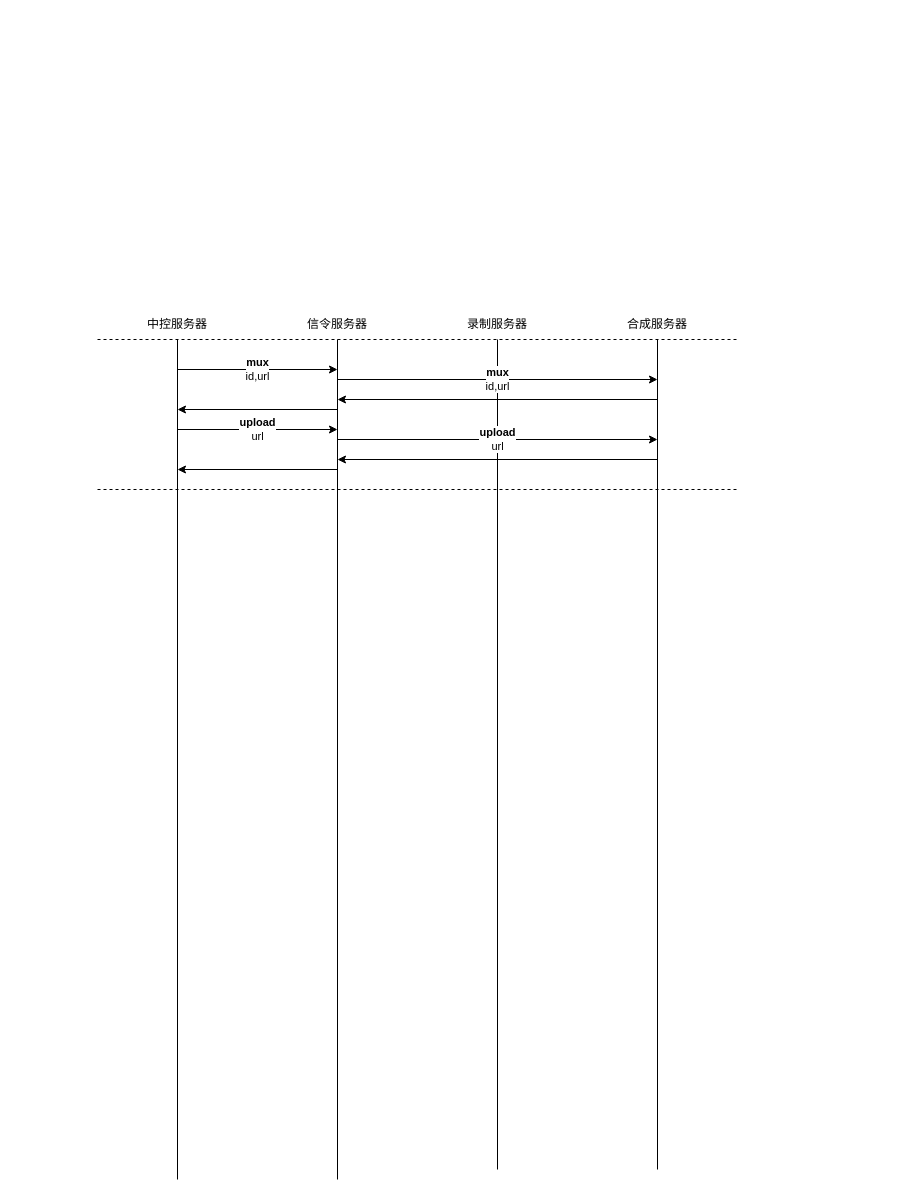
Above: page "Page-2" (2 of 2) of Diagram3.drawio in craterone/imgs (draw.io), before the change. Source tidied: cells renumbered, new cells numbered last; positions are measured from the earlier drawing's top-left corner, leaving out a move shared by most shapes. Both pictures are drawn from the tidied source at 100%, with x=0, y=0 at pixel (97, 309).
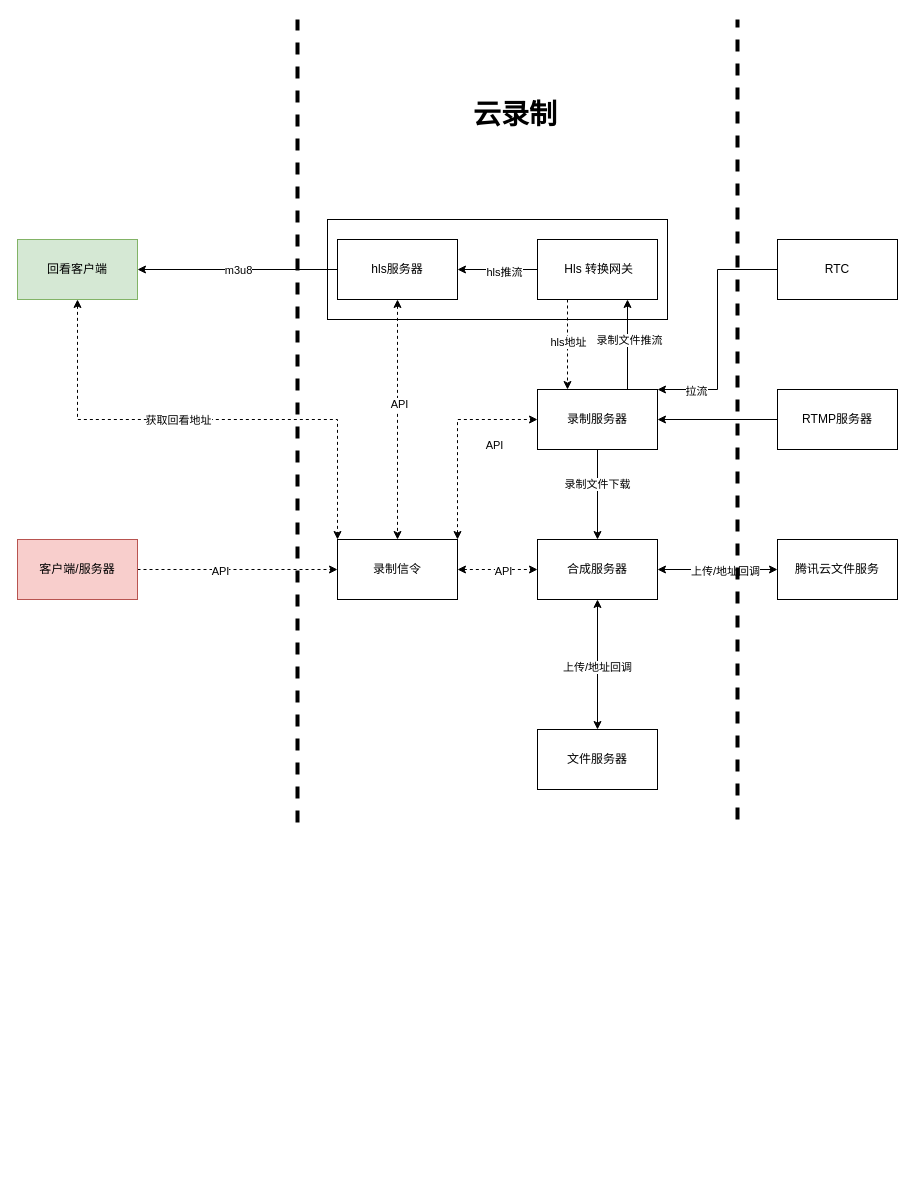
The same diagram, later.

The edit, as a diff of the source:
```diff
@@
-    <mxCell id="2" style="endArrow=none;html=1;rounded=0;startArrow=none;" parent="1" edge="1" source="3">
-      <mxGeometry relative="1" as="geometry">
-        <mxPoint x="80" y="30" as="targetPoint" />
-      </mxGeometry>
-    </mxCell>
-    <mxCell id="3" value="中控服务器" style="text;html=1;strokeColor=none;fillColor=none;align=center;verticalAlign=middle;whiteSpace=wrap;rounded=0;" parent="1" vertex="1">
-      <mxGeometry x="40" width="80" height="30" as="geometry" />
-    </mxCell>
-    <mxCell id="4" style="endArrow=none;html=1;rounded=0;" parent="1" edge="1" target="3">
-      <mxGeometry relative="1" as="geometry">
-        <mxPoint x="80" y="870" as="sourcePoint" />
-      </mxGeometry>
-    </mxCell>
-    <mxCell id="5" style="endArrow=none;html=1;rounded=0;" parent="1" edge="1">
-      <mxGeometry relative="1" as="geometry">
-        <mxPoint x="240" y="870" as="sourcePoint" />
-        <mxPoint x="240" y="30" as="targetPoint" />
-      </mxGeometry>
-    </mxCell>
-    <mxCell id="6" value="信令服务器" style="text;html=1;strokeColor=none;fillColor=none;align=center;verticalAlign=middle;whiteSpace=wrap;rounded=0;" parent="1" vertex="1">
-      <mxGeometry x="200" width="80" height="30" as="geometry" />
-    </mxCell>
-    <mxCell id="7" style="endArrow=none;html=1;rounded=0;" parent="1" edge="1">
-      <mxGeometry relative="1" as="geometry">
-        <mxPoint x="400" y="860" as="sourcePoint" />
-        <mxPoint x="400" y="30" as="targetPoint" />
-      </mxGeometry>
-    </mxCell>
+    <mxCell id="21" style="rounded=0;whiteSpace=wrap;html=1;" parent="1" vertex="1">
+      <mxGeometry x="230" y="-90" width="340" height="100" as="geometry" />
+    </mxCell>
+    <mxCell id="22" style="edgeStyle=orthogonalEdgeStyle;rounded=0;jettySize=auto;html=1;entryX=0;entryY=0.5;entryDx=0;entryDy=0;dashed=1;" parent="1" edge="1" source="24" target="29">
+      <mxGeometry relative="1" as="geometry" />
+    </mxCell>
+    <mxCell id="23" value="API" style="edgeLabel;html=1;align=center;verticalAlign=middle;" parent="22" vertex="1">
+      <mxGeometry x="-0.18" y="-1" relative="1" as="geometry" />
+    </mxCell>
+    <mxCell id="24" value="客户端/服务器" style="rounded=0;whiteSpace=wrap;html=1;fillColor=#f8cecc;strokeColor=#b85450;" parent="1" vertex="1">
+      <mxGeometry x="-80" y="230" width="120" height="60" as="geometry" />
+    </mxCell>
+    <mxCell id="25" style="edgeStyle=orthogonalEdgeStyle;rounded=0;jettySize=auto;html=1;entryX=0;entryY=0.5;entryDx=0;entryDy=0;startArrow=classic;startFill=1;strokeWidth=1;dashed=1;exitX=1;exitY=0;exitDx=0;exitDy=0;" parent="1" edge="1" source="29" target="8">
+      <mxGeometry relative="1" as="geometry" />
+    </mxCell>
+    <mxCell id="26" value="API" style="edgeLabel;html=1;align=center;verticalAlign=middle;" parent="25" vertex="1">
+      <mxGeometry x="-0.05" relative="1" as="geometry">
+        <mxPoint x="36" as="offset" />
+      </mxGeometry>
+    </mxCell>
+    <mxCell id="27" style="edgeStyle=orthogonalEdgeStyle;rounded=0;jettySize=auto;html=1;entryX=0;entryY=0.5;entryDx=0;entryDy=0;dashed=1;startArrow=classic;startFill=1;" parent="1" edge="1" source="29" target="10">
+      <mxGeometry relative="1" as="geometry" />
+    </mxCell>
+    <mxCell id="28" value="API" style="edgeLabel;html=1;align=center;verticalAlign=middle;" parent="27" vertex="1">
+      <mxGeometry x="0.12" y="-1" relative="1" as="geometry" />
+    </mxCell>
+    <mxCell id="29" value="录制信令" style="rounded=0;whiteSpace=wrap;html=1;" parent="1" vertex="1">
+      <mxGeometry x="240" y="230" width="120" height="60" as="geometry" />
+    </mxCell>
+    <mxCell id="30" style="endArrow=none;dashed=1;html=1;rounded=0;strokeWidth=4;" parent="1" edge="1">
+      <mxGeometry relative="1" as="geometry">
+        <mxPoint x="200" y="513" as="sourcePoint" />
+        <mxPoint x="200" y="-290" as="targetPoint" />
+      </mxGeometry>
+    </mxCell>
+    <mxCell id="31" style="edgeStyle=orthogonalEdgeStyle;rounded=0;jettySize=auto;html=1;startArrow=none;startFill=0;" parent="1" edge="1" source="8" target="10">
+      <mxGeometry relative="1" as="geometry" />
+    </mxCell>
+    <mxCell id="32" value="录制文件下载" style="edgeLabel;html=1;align=center;verticalAlign=middle;" parent="31" vertex="1">
+      <mxGeometry x="-0.24" y="-1" relative="1" as="geometry" />
+    </mxCell>
+    <mxCell id="33" style="edgeStyle=orthogonalEdgeStyle;rounded=0;jettySize=auto;html=1;entryX=0.75;entryY=1;entryDx=0;entryDy=0;startArrow=none;startFill=0;endArrow=classic;endFill=1;exitX=0.75;exitY=0;exitDx=0;exitDy=0;" parent="1" edge="1" source="8" target="43">
+      <mxGeometry relative="1" as="geometry" />
+    </mxCell>
+    <mxCell id="34" value="录制文件推流" style="edgeLabel;html=1;align=center;verticalAlign=middle;" parent="33" vertex="1">
+      <mxGeometry x="0.1" y="-1" relative="1" as="geometry" />
+    </mxCell>
-    <mxCell id="8" value="录制服务器" style="text;html=1;strokeColor=none;fillColor=none;align=center;verticalAlign=middle;whiteSpace=wrap;rounded=0;" parent="1" vertex="1">
-      <mxGeometry x="360" width="80" height="30" as="geometry" />
+    <mxCell id="8" value="录制服务器" style="rounded=0;whiteSpace=wrap;html=1;" parent="1" vertex="1">
+      <mxGeometry x="440" y="80" width="120" height="60" as="geometry" />
     </mxCell>
-    <mxCell id="9" style="endArrow=none;html=1;rounded=0;" parent="1" edge="1">
-      <mxGeometry relative="1" as="geometry">
-        <mxPoint x="560" y="860" as="sourcePoint" />
-        <mxPoint x="560" y="30" as="targetPoint" />
-      </mxGeometry>
-    </mxCell>
+    <mxCell id="35" style="edgeStyle=orthogonalEdgeStyle;rounded=0;jettySize=auto;html=1;entryX=0.5;entryY=0;entryDx=0;entryDy=0;startArrow=classic;startFill=1;endArrow=classic;endFill=1;" parent="1" edge="1" source="10" target="53">
+      <mxGeometry relative="1" as="geometry" />
+    </mxCell>
+    <mxCell id="36" value="上传/地址回调" style="edgeLabel;html=1;align=center;verticalAlign=middle;" parent="35" vertex="1">
+      <mxGeometry x="0.03" y="-1" relative="1" as="geometry" />
+    </mxCell>
+    <mxCell id="37" style="edgeStyle=orthogonalEdgeStyle;rounded=0;jettySize=auto;html=1;startArrow=classic;startFill=1;endArrow=classic;endFill=1;" parent="1" edge="1" source="10" target="54">
+      <mxGeometry relative="1" as="geometry" />
+    </mxCell>
+    <mxCell id="38" value="上传/地址回调" style="edgeLabel;html=1;align=center;verticalAlign=middle;" parent="37" vertex="1">
+      <mxGeometry x="0.12" y="-1" relative="1" as="geometry" />
+    </mxCell>
-    <mxCell id="10" value="合成服务器" style="text;html=1;strokeColor=none;fillColor=none;align=center;verticalAlign=middle;whiteSpace=wrap;rounded=0;" parent="1" vertex="1">
-      <mxGeometry x="520" width="80" height="30" as="geometry" />
+    <mxCell id="10" value="合成服务器" style="rounded=0;whiteSpace=wrap;html=1;" parent="1" vertex="1">
+      <mxGeometry x="440" y="230" width="120" height="60" as="geometry" />
     </mxCell>
-    <mxCell id="11" style="endArrow=none;dashed=1;html=1;rounded=0;" parent="1" edge="1">
-      <mxGeometry relative="1" as="geometry">
-        <mxPoint y="30" as="sourcePoint" />
-        <mxPoint x="640" y="30" as="targetPoint" />
-      </mxGeometry>
-    </mxCell>
-    <mxCell id="12" style="endArrow=none;dashed=1;html=1;rounded=0;" parent="1" edge="1">
-      <mxGeometry relative="1" as="geometry">
-        <mxPoint y="180" as="sourcePoint" />
-        <mxPoint x="640" y="180" as="targetPoint" />
-      </mxGeometry>
-    </mxCell>
-    <mxCell id="13" value="&lt;b&gt;mux&lt;/b&gt;&lt;br&gt;id,url" style="endArrow=classic;html=1;rounded=0;" parent="1" edge="1">
-      <mxGeometry relative="1" as="geometry">
-        <mxPoint x="80" y="60" as="sourcePoint" />
-        <mxPoint x="240" y="60" as="targetPoint" />
-      </mxGeometry>
-    </mxCell>
-    <mxCell id="14" value="&lt;b&gt;mux&lt;/b&gt;&lt;br&gt;id,url" style="endArrow=classic;html=1;rounded=0;" parent="1" edge="1">
-      <mxGeometry relative="1" as="geometry">
-        <mxPoint x="240" y="70" as="sourcePoint" />
-        <mxPoint x="560" y="70" as="targetPoint" />
-      </mxGeometry>
-    </mxCell>
-    <mxCell id="15" style="endArrow=classic;html=1;rounded=0;" parent="1" edge="1">
-      <mxGeometry relative="1" as="geometry">
-        <mxPoint x="560" y="90" as="sourcePoint" />
-        <mxPoint x="240" y="90" as="targetPoint" />
-      </mxGeometry>
-    </mxCell>
-    <mxCell id="16" style="endArrow=classic;html=1;rounded=0;" parent="1" edge="1">
-      <mxGeometry relative="1" as="geometry">
-        <mxPoint x="240" y="100" as="sourcePoint" />
-        <mxPoint x="80" y="100" as="targetPoint" />
-      </mxGeometry>
-    </mxCell>
-    <mxCell id="17" value="&lt;b&gt;upload&lt;/b&gt;&lt;br&gt;url" style="endArrow=classic;html=1;rounded=0;" parent="1" edge="1">
-      <mxGeometry relative="1" as="geometry">
-        <mxPoint x="80" y="120" as="sourcePoint" />
-        <mxPoint x="240" y="120" as="targetPoint" />
-      </mxGeometry>
-    </mxCell>
-    <mxCell id="18" value="&lt;b&gt;upload&lt;/b&gt;&lt;br&gt;url" style="endArrow=classic;html=1;rounded=0;" parent="1" edge="1">
-      <mxGeometry relative="1" as="geometry">
-        <mxPoint x="240" y="130" as="sourcePoint" />
-        <mxPoint x="560" y="130" as="targetPoint" />
-      </mxGeometry>
-    </mxCell>
-    <mxCell id="19" style="endArrow=classic;html=1;rounded=0;" parent="1" edge="1">
-      <mxGeometry relative="1" as="geometry">
-        <mxPoint x="560" y="150" as="sourcePoint" />
-        <mxPoint x="240" y="150" as="targetPoint" />
-      </mxGeometry>
-    </mxCell>
-    <mxCell id="20" style="endArrow=classic;html=1;rounded=0;" parent="1" edge="1">
-      <mxGeometry relative="1" as="geometry">
-        <mxPoint x="240" y="160" as="sourcePoint" />
-        <mxPoint x="80" y="160" as="targetPoint" />
-      </mxGeometry>
-    </mxCell>
+    <mxCell id="39" style="edgeStyle=orthogonalEdgeStyle;rounded=0;jettySize=auto;html=1;entryX=1;entryY=0.5;entryDx=0;entryDy=0;startArrow=none;startFill=0;endArrow=classic;endFill=1;" parent="1" edge="1" source="43" target="50">
+      <mxGeometry relative="1" as="geometry" />
+    </mxCell>
+    <mxCell id="40" value="hls推流" style="edgeLabel;html=1;align=center;verticalAlign=middle;" parent="39" vertex="1">
+      <mxGeometry x="-0.15" y="2" relative="1" as="geometry" />
+    </mxCell>
+    <mxCell id="41" style="edgeStyle=orthogonalEdgeStyle;rounded=0;jettySize=auto;html=1;exitX=0.25;exitY=1;exitDx=0;exitDy=0;entryX=0.25;entryY=0;entryDx=0;entryDy=0;startArrow=none;startFill=0;endArrow=classic;endFill=1;dashed=1;" parent="1" edge="1" source="43" target="8">
+      <mxGeometry relative="1" as="geometry" />
+    </mxCell>
+    <mxCell id="42" value="hls地址" style="edgeLabel;html=1;align=center;verticalAlign=middle;" parent="41" vertex="1">
+      <mxGeometry x="-0.07" relative="1" as="geometry" />
+    </mxCell>
+    <mxCell id="43" value="&amp;nbsp;Hls 转换网关" style="rounded=0;whiteSpace=wrap;html=1;" parent="1" vertex="1">
+      <mxGeometry x="440" y="-70" width="120" height="60" as="geometry" />
+    </mxCell>
+    <mxCell id="44" style="edgeStyle=orthogonalEdgeStyle;rounded=0;jettySize=auto;html=1;exitX=0.5;exitY=1;exitDx=0;exitDy=0;entryX=0.5;entryY=0;entryDx=0;entryDy=0;startArrow=classic;startFill=1;dashed=1;" parent="1" edge="1" source="50" target="29">
+      <mxGeometry relative="1" as="geometry" />
+    </mxCell>
+    <mxCell id="45" value="API" style="edgeLabel;html=1;align=center;verticalAlign=middle;" parent="44" vertex="1">
+      <mxGeometry x="-0.13" y="1" relative="1" as="geometry" />
+    </mxCell>
+    <mxCell id="46" style="edgeStyle=orthogonalEdgeStyle;rounded=0;jettySize=auto;html=1;entryX=0;entryY=0.5;entryDx=0;entryDy=0;startArrow=classic;startFill=1;endArrow=none;endFill=0;" parent="1" edge="1" source="51" target="50">
+      <mxGeometry relative="1" as="geometry" />
+    </mxCell>
+    <mxCell id="47" value="m3u8" style="edgeLabel;html=1;align=center;verticalAlign=middle;" parent="46" vertex="1">
+      <mxGeometry relative="1" as="geometry" />
+    </mxCell>
+    <mxCell id="48" style="edgeStyle=orthogonalEdgeStyle;rounded=0;jettySize=auto;html=1;startArrow=classic;startFill=1;endArrow=classic;endFill=1;exitX=0.5;exitY=1;exitDx=0;exitDy=0;dashed=1;" parent="1" edge="1" source="51">
+      <mxGeometry relative="1" as="geometry">
+        <mxPoint x="240" y="230" as="targetPoint" />
+        <Array as="points">
+          <mxPoint x="-20" y="110" />
+          <mxPoint x="240" y="110" />
+          <mxPoint x="240" y="230" />
+        </Array>
+      </mxGeometry>
+    </mxCell>
+    <mxCell id="49" value="获取回看地址" style="edgeLabel;html=1;align=center;verticalAlign=middle;" parent="48" vertex="1">
+      <mxGeometry x="-0.51" y="2" relative="1" as="geometry">
+        <mxPoint x="97" y="2" as="offset" />
+      </mxGeometry>
+    </mxCell>
+    <mxCell id="50" value="hls服务器" style="rounded=0;whiteSpace=wrap;html=1;" parent="1" vertex="1">
+      <mxGeometry x="240" y="-70" width="120" height="60" as="geometry" />
+    </mxCell>
+    <mxCell id="51" value="回看客户端" style="rounded=0;whiteSpace=wrap;html=1;fillColor=#d5e8d4;strokeColor=#82b366;" parent="1" vertex="1">
+      <mxGeometry x="-80" y="-70" width="120" height="60" as="geometry" />
+    </mxCell>
+    <mxCell id="52" style="endArrow=none;dashed=1;html=1;rounded=0;strokeWidth=4;" parent="1" edge="1">
+      <mxGeometry relative="1" as="geometry">
+        <mxPoint x="640" y="510" as="sourcePoint" />
+        <mxPoint x="640" y="-290" as="targetPoint" />
+      </mxGeometry>
+    </mxCell>
+    <mxCell id="53" value="文件服务器" style="rounded=0;whiteSpace=wrap;html=1;" parent="1" vertex="1">
+      <mxGeometry x="440" y="420" width="120" height="60" as="geometry" />
+    </mxCell>
+    <mxCell id="54" value="腾讯云文件服务" style="rounded=0;whiteSpace=wrap;html=1;" parent="1" vertex="1">
+      <mxGeometry x="680" y="230" width="120" height="60" as="geometry" />
+    </mxCell>
+    <mxCell id="55" style="edgeStyle=orthogonalEdgeStyle;rounded=0;jettySize=auto;html=1;entryX=1;entryY=0.5;entryDx=0;entryDy=0;startArrow=none;startFill=0;endArrow=classic;endFill=1;strokeWidth=1;" parent="1" edge="1" source="56" target="8">
+      <mxGeometry relative="1" as="geometry" />
+    </mxCell>
+    <mxCell id="56" value="RTMP服务器" style="rounded=0;whiteSpace=wrap;html=1;" parent="1" vertex="1">
+      <mxGeometry x="680" y="80" width="120" height="60" as="geometry" />
+    </mxCell>
+    <mxCell id="57" style="edgeStyle=orthogonalEdgeStyle;rounded=0;jettySize=auto;html=1;startArrow=none;startFill=0;endArrow=classic;endFill=1;strokeWidth=1;" parent="1" edge="1" source="59">
+      <mxGeometry relative="1" as="geometry">
+        <mxPoint x="560" y="80" as="targetPoint" />
+        <Array as="points">
+          <mxPoint x="620" y="-40" />
+          <mxPoint x="620" y="80" />
+        </Array>
+      </mxGeometry>
+    </mxCell>
+    <mxCell id="58" value="拉流" style="edgeLabel;html=1;align=center;verticalAlign=middle;" parent="57" vertex="1">
+      <mxGeometry x="0.68" y="1" relative="1" as="geometry" />
+    </mxCell>
+    <mxCell id="59" value="RTC" style="rounded=0;whiteSpace=wrap;html=1;" parent="1" vertex="1">
+      <mxGeometry x="680" y="-70" width="120" height="60" as="geometry" />
+    </mxCell>
+    <mxCell id="60" value="云录制" style="text;html=1;strokeColor=none;fillColor=none;align=center;verticalAlign=middle;whiteSpace=wrap;rounded=0;fontSize=28;fontStyle=1;" parent="1" vertex="1">
+      <mxGeometry x="350" y="-210" width="136" height="30" as="geometry" />
+    </mxCell>
```
